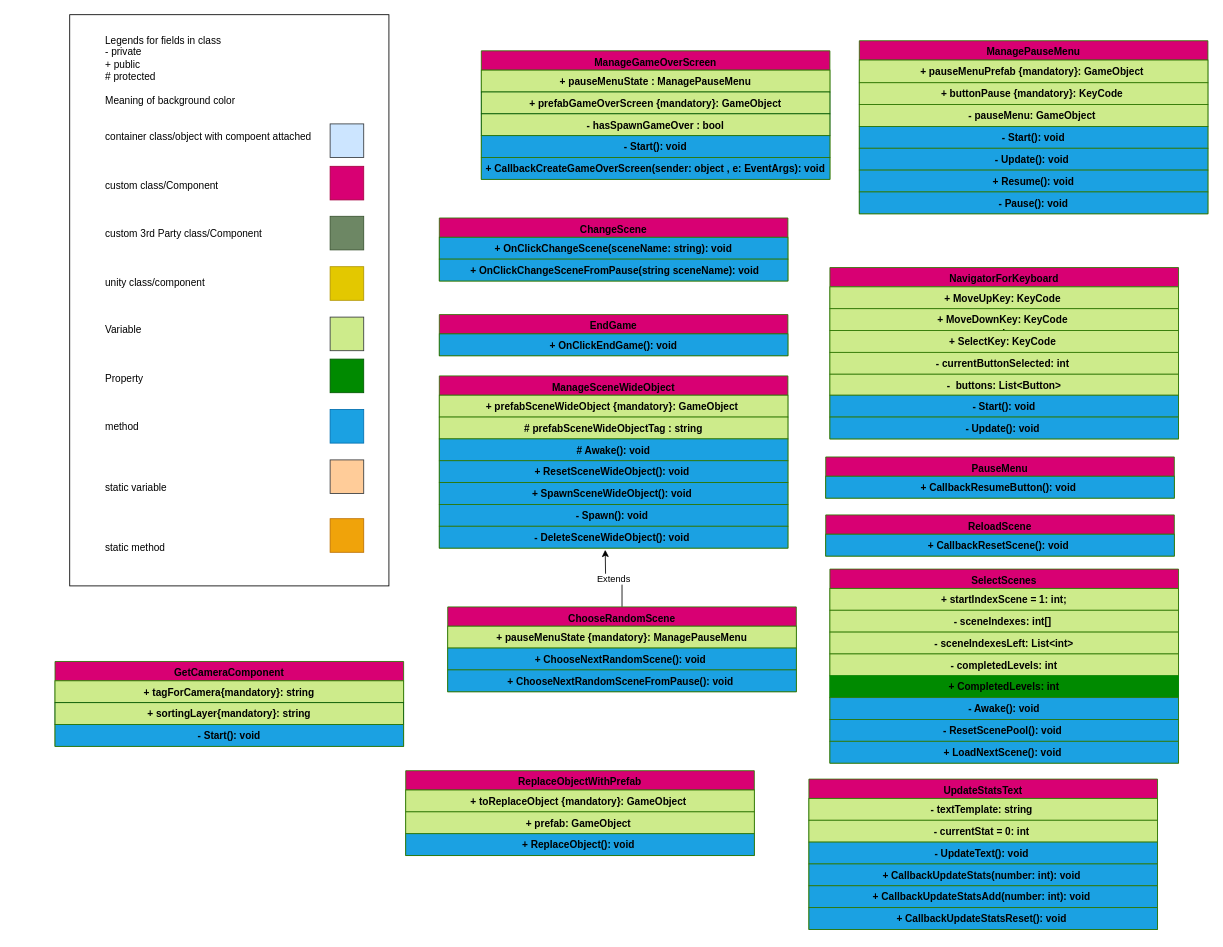
This is Docs/Diagramms/ComponentMenuDiagramm.drawio from BoolPurist/Sunken-Castle, a draw.io file, before an edit. Source tidied: cells renumbered, new cells numbered last; positions are measured from the earlier drawing's top-left corner, leaving out a move shared by most shapes. Both pictures are drawn from the tidied source at 84%, with x=0, y=0 at pixel (55, 14).
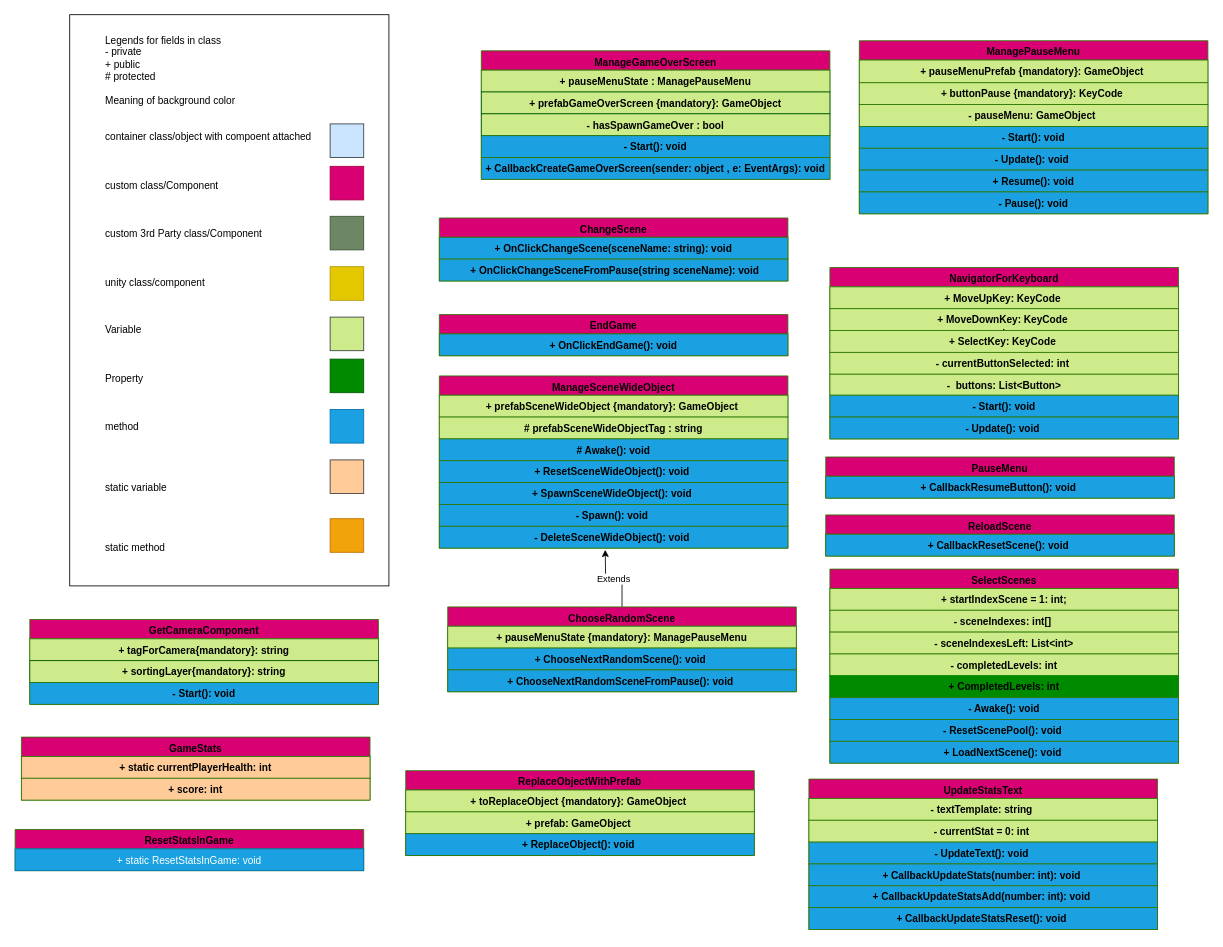
After the change.

Commit message (it also covers changes not shown here):
Added new Diagramms and updated some ones because because for Fix with score and healt

The edit, as a diff of the source:
```diff
@@
     <mxCell id="78" value="GetCameraComponent" style="swimlane;fontStyle=1;horizontal=1;fillColor=#D80073;fontColor=#000000;align=center;verticalAlign=top;strokeColor=#2D7600;gradientColor=none;spacingLeft=4;spacingRight=4;" parent="1" vertex="1">
-      <mxGeometry y="770" width="415" height="101" as="geometry" />
+      <mxGeometry x="-30" y="720" width="415" height="101" as="geometry" />
     </mxCell>
@@
+    <mxCell id="82" value="GameStats" style="swimlane;fontStyle=1;horizontal=1;fillColor=#D80073;fontColor=#000000;align=center;verticalAlign=top;strokeColor=#2D7600;gradientColor=none;spacingLeft=4;spacingRight=4;" parent="1" vertex="1">
+      <mxGeometry x="-40" y="860" width="415" height="75" as="geometry" />
+    </mxCell>
+    <mxCell id="83" value="+ static currentPlayerHealth: int" style="text;strokeColor=#2D7600;fillColor=#FFCC99;align=center;verticalAlign=top;spacingLeft=4;spacingRight=4;overflow=hidden;fontColor=#000000;fontStyle=1;" parent="82" vertex="1">
+      <mxGeometry y="23" width="415" height="26" as="geometry" />
+    </mxCell>
+    <mxCell id="84" value="+ score: int&#10;" style="text;strokeColor=#2D7600;fillColor=#FFCC99;align=center;verticalAlign=top;spacingLeft=4;spacingRight=4;overflow=hidden;fontColor=#000000;fontStyle=1;" parent="82" vertex="1">
+      <mxGeometry y="49" width="415" height="26" as="geometry" />
+    </mxCell>
+    <mxCell id="85" value="ResetStatsInGame" style="swimlane;fontStyle=1;horizontal=1;fillColor=#D80073;fontColor=#000000;align=center;verticalAlign=top;strokeColor=#2D7600;gradientColor=none;spacingLeft=4;spacingRight=4;" parent="1" vertex="1">
+      <mxGeometry x="-47.5" y="970" width="415" height="49" as="geometry" />
+    </mxCell>
+    <mxCell id="86" value="+ static ResetStatsInGame: void" style="text;strokeColor=#006EAF;fillColor=#1ba1e2;align=center;verticalAlign=middle;overflow=hidden;fontColor=#ffffff;rounded=0;" parent="85" vertex="1">
+      <mxGeometry y="23" width="415" height="26" as="geometry" />
+    </mxCell>
```
